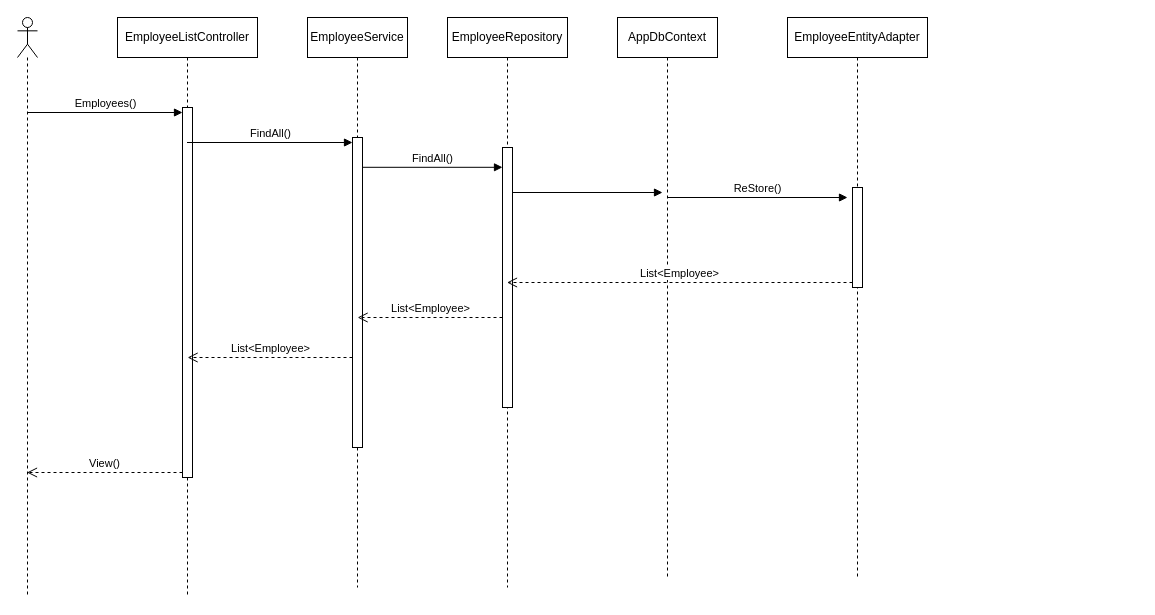
Earlier version of the draw.io diagram docs/02_design/従業員一覧_シーケンス図.drawio (mizuto26/csharp_training_202605). Source tidied: cells renumbered, new cells numbered last; positions are measured from the earlier drawing's top-left corner, leaving out a move shared by most shapes. Both pictures are drawn from the tidied source at 100%, with x=0, y=0 at pixel (17, 17).
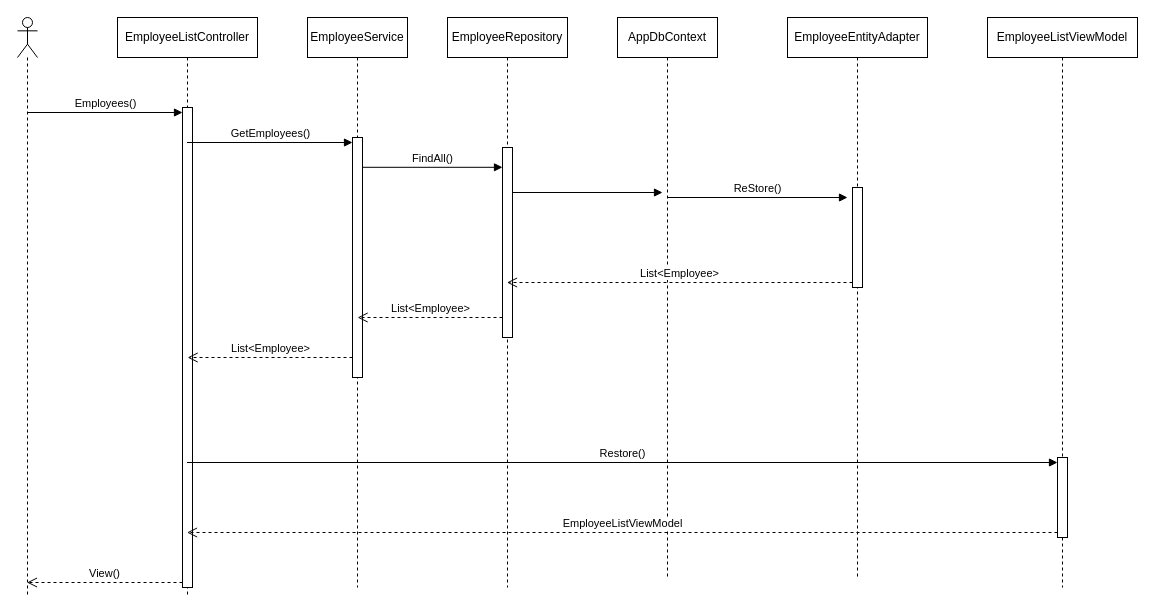
The same diagram, later.

Unchanged cells that the change refers to:
```xml
<mxCell id="3" value="EmployeeListController" style="shape=umlLifeline;perimeter=lifelinePerimeter;whiteSpace=wrap;html=1;outlineConnect=0;portConstraint=eastwest;newEdgeStyle={&quot;curved&quot;:0,&quot;rounded&quot;:0};" parent="1" vertex="1">
  <mxGeometry x="100" width="140" height="580" as="geometry" />
</mxCell>
<mxCell id="7" value="EmployeeService" style="shape=umlLifeline;perimeter=lifelinePerimeter;whiteSpace=wrap;html=1;newEdgeStyle={&quot;curved&quot;:0,&quot;rounded&quot;:0};" parent="1" vertex="1">
  <mxGeometry x="290" width="100" height="570" as="geometry" />
</mxCell>
<mxCell id="9" value="EmployeeRepository" style="shape=umlLifeline;perimeter=lifelinePerimeter;whiteSpace=wrap;html=1;outlineConnect=0;portConstraint=eastwest;newEdgeStyle={&quot;curved&quot;:0,&quot;rounded&quot;:0};" parent="1" vertex="1">
  <mxGeometry x="430" width="120" height="570" as="geometry" />
</mxCell>
```

Diff of the diagram source:
```diff
@@
     <mxCell id="4" style="html=1;points=[[0,0,0,0,5],[0,1,0,0,-5],[1,0,0,0,5],[1,1,0,0,-5]];perimeter=orthogonalPerimeter;outlineConnect=0;targetShapes=umlLifeline;portConstraint=eastwest;newEdgeStyle={&quot;curved&quot;:0,&quot;rounded&quot;:0};" parent="3" vertex="1">
-      <mxGeometry x="65" y="90" width="10" height="370" as="geometry" />
+      <mxGeometry x="65" y="90" width="10" height="480" as="geometry" />
     </mxCell>
@@
     <mxCell id="8" style="html=1;points=[[0,0,0,0,5],[0,1,0,0,-5],[1,0,0,0,5],[1,1,0,0,-5]];perimeter=orthogonalPerimeter;outlineConnect=0;targetShapes=umlLifeline;portConstraint=eastwest;newEdgeStyle={&quot;curved&quot;:0,&quot;rounded&quot;:0};" parent="7" vertex="1">
-      <mxGeometry x="45" y="120" width="10" height="310" as="geometry" />
+      <mxGeometry x="45" y="120" width="10" height="240" as="geometry" />
     </mxCell>
@@
     <mxCell id="10" style="html=1;points=[[0,0,0,0,5],[0,1,0,0,-5],[1,0,0,0,5],[1,1,0,0,-5]];perimeter=orthogonalPerimeter;outlineConnect=0;targetShapes=umlLifeline;portConstraint=eastwest;newEdgeStyle={&quot;curved&quot;:0,&quot;rounded&quot;:0};" parent="9" vertex="1">
-      <mxGeometry x="55" y="130" width="10" height="260" as="geometry" />
+      <mxGeometry x="55" y="130" width="10" height="190" as="geometry" />
     </mxCell>
-    <mxCell id="11" value="FindAll()" style="html=1;verticalAlign=bottom;endArrow=block;curved=0;rounded=0;entryX=0;entryY=0;entryDx=0;entryDy=5;" parent="1" edge="1" source="3" target="8">
+    <mxCell id="11" value="GetEmployees()" style="html=1;verticalAlign=bottom;endArrow=block;curved=0;rounded=0;entryX=0;entryY=0;entryDx=0;entryDy=5;" parent="1" edge="1" source="3" target="8">
       <mxGeometry relative="1" as="geometry" />
     </mxCell>
@@
+    <mxCell id="21" value="EmployeeListViewModel" style="shape=umlLifeline;perimeter=lifelinePerimeter;whiteSpace=wrap;html=1;newEdgeStyle={&quot;curved&quot;:0,&quot;rounded&quot;:0};" parent="1" vertex="1">
+      <mxGeometry x="970" width="150" height="570" as="geometry" />
+    </mxCell>
+    <mxCell id="22" style="html=1;points=[[0,0,0,0,5],[0,1,0,0,-5],[1,0,0,0,5],[1,1,0,0,-5]];perimeter=orthogonalPerimeter;outlineConnect=0;targetShapes=umlLifeline;portConstraint=eastwest;newEdgeStyle={&quot;curved&quot;:0,&quot;rounded&quot;:0};" parent="21" vertex="1">
+      <mxGeometry x="70" y="440" width="10" height="80" as="geometry" />
+    </mxCell>
+    <mxCell id="23" value="Restore()" style="html=1;verticalAlign=bottom;endArrow=block;curved=0;rounded=0;entryX=0;entryY=0;entryDx=0;entryDy=5;" parent="1" edge="1" source="3" target="22">
+      <mxGeometry relative="1" as="geometry" />
+    </mxCell>
+    <mxCell id="24" value="EmployeeListViewModel" style="html=1;verticalAlign=bottom;endArrow=open;dashed=1;endSize=8;curved=0;rounded=0;exitX=0;exitY=1;exitDx=0;exitDy=-5;" parent="1" edge="1" source="22" target="3">
+      <mxGeometry relative="1" as="geometry" />
+    </mxCell>
```
